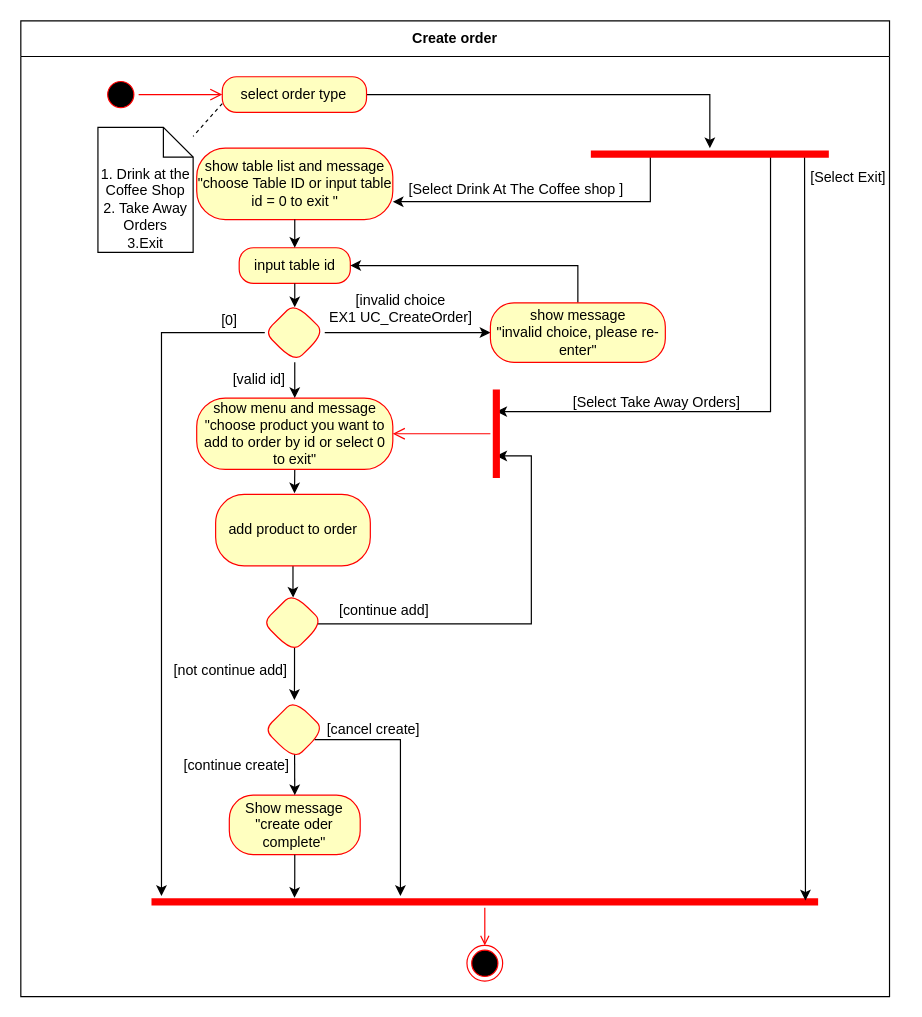
Before: page "Create order" (3 of 11) of Diagram/Activity_Diagram/Activity-diagram.drawio in NDuc-Dev/Project-1, a draw.io diagram. Source tidied: cells renumbered, new cells numbered last; positions are measured from the earlier drawing's top-left corner, leaving out a move shared by most shapes. Both pictures are drawn from the tidied source at 119%, with x=0, y=0 at pixel (20, 20).
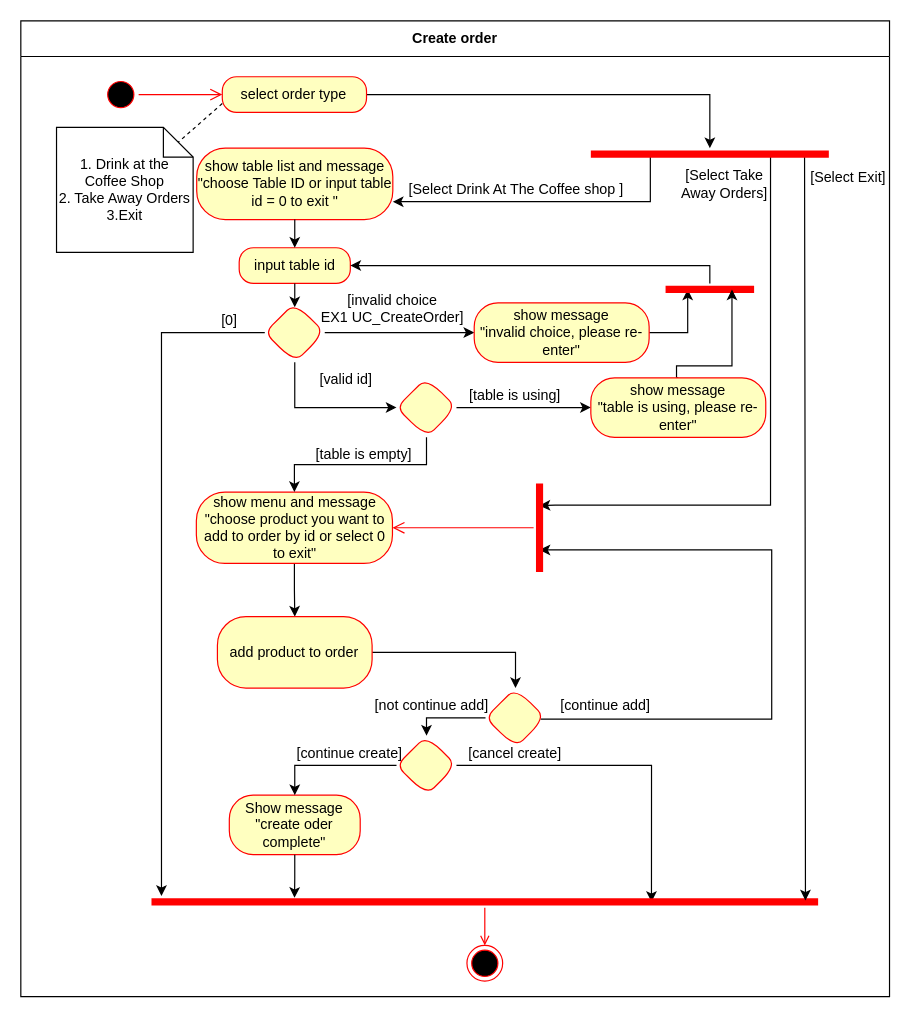
After the change.

Unchanged cells that the change refers to:
```xml
<mxCell id="2" value="Create order" style="swimlane;fontStyle=1;align=center;horizontal=1;startSize=30;html=1;whiteSpace=wrap;swimlaneFillColor=default;" parent="1" vertex="1">
  <mxGeometry width="730" height="820" as="geometry" />
</mxCell>
<mxCell id="12" value="Show message &quot;create oder complete&quot;" style="whiteSpace=wrap;html=1;fillColor=#ffffc0;strokeColor=#ff0000;fontColor=#000000;rounded=1;arcSize=40;" parent="2" vertex="1">
  <mxGeometry x="175.2" y="650.7" width="110" height="50" as="geometry" />
</mxCell>
<mxCell id="18" value="input table id" style="rounded=1;whiteSpace=wrap;html=1;arcSize=40;fontColor=#000000;fillColor=#ffffc0;strokeColor=#ff0000;" parent="2" vertex="1">
  <mxGeometry x="183.5" y="190.7" width="93.4" height="30" as="geometry" />
</mxCell>
<mxCell id="24" style="rhombus;whiteSpace=wrap;html=1;fillColor=#ffffc0;strokeColor=#ff0000;fontColor=#000000;rounded=1;arcSize=40;" parent="2" vertex="1">
  <mxGeometry x="205" y="237" width="50.4" height="50" as="geometry" />
</mxCell>
<mxCell id="31" style="shape=line;html=1;strokeWidth=6;strokeColor=#ff0000;fillColor=#FF3333;rotation=0;" parent="2" vertex="1">
  <mxGeometry x="109.8" y="735.4" width="560.2" height="10" as="geometry" />
</mxCell>
<mxCell id="35" value="select order type" style="rounded=1;whiteSpace=wrap;html=1;arcSize=40;fontColor=#000000;fillColor=#ffffc0;strokeColor=#ff0000;" parent="2" vertex="1">
  <mxGeometry x="169.3" y="47" width="121.2" height="30" as="geometry" />
</mxCell>
<mxCell id="41" style="shape=line;html=1;strokeWidth=6;strokeColor=#ff0000;" parent="2" vertex="1">
  <mxGeometry x="479" y="107" width="200" height="10" as="geometry" />
</mxCell>
```

The edit, as a diff of the source:
```diff
@@
-    <mxCell id="3" style="edgeStyle=orthogonalEdgeStyle;rounded=0;jettySize=auto;html=1;exitX=0.5;exitY=1;exitDx=0;exitDy=0;" parent="2" edge="1" source="4">
-      <mxGeometry relative="1" as="geometry">
-        <mxPoint x="230" y="397" as="targetPoint" />
-      </mxGeometry>
+    <mxCell id="3" style="edgeStyle=orthogonalEdgeStyle;rounded=0;jettySize=auto;html=1;exitX=0.5;exitY=1;exitDx=0;exitDy=0;entryX=0.5;entryY=0;entryDx=0;entryDy=0;" parent="2" edge="1" source="4" target="6">
+      <mxGeometry relative="1" as="geometry" />
     </mxCell>
     <mxCell id="4" value="show menu and message &quot;choose product you want to add to order by id or select 0 to exit&quot;" style="rounded=1;whiteSpace=wrap;html=1;arcSize=40;fontColor=#000000;fillColor=#ffffc0;strokeColor=#ff0000;" parent="2" vertex="1">
-      <mxGeometry x="147.8" y="317" width="164.8" height="60" as="geometry" />
+      <mxGeometry x="147.5" y="396" width="164.8" height="60" as="geometry" />
     </mxCell>
-    <mxCell id="5" style="edgeStyle=orthogonalEdgeStyle;rounded=0;jettySize=auto;html=1;entryX=0.503;entryY=0.079;entryDx=0;entryDy=0;entryPerimeter=0;strokeColor=#000000;endArrow=classic;endFill=1;" parent="2" edge="1" source="6" target="9">
+    <mxCell id="5" style="edgeStyle=orthogonalEdgeStyle;rounded=0;jettySize=auto;html=1;exitX=1;exitY=0.5;exitDx=0;exitDy=0;entryX=0.5;entryY=0;entryDx=0;entryDy=0;" parent="2" edge="1" source="6" target="9">
       <mxGeometry relative="1" as="geometry" />
     </mxCell>
     <mxCell id="6" value="add product to order" style="whiteSpace=wrap;html=1;fillColor=#ffffc0;strokeColor=#ff0000;fontColor=#000000;rounded=1;arcSize=40;" parent="2" vertex="1">
-      <mxGeometry x="163.7" y="398" width="130" height="60" as="geometry" />
+      <mxGeometry x="165.2" y="500.7" width="130" height="60" as="geometry" />
     </mxCell>
-    <mxCell id="7" style="edgeStyle=orthogonalEdgeStyle;rounded=0;jettySize=auto;html=1;entryX=0.5;entryY=0;entryDx=0;entryDy=0;" parent="2" edge="1" target="15">
-      <mxGeometry relative="1" as="geometry">
-        <mxPoint x="230" y="527" as="sourcePoint" />
-        <Array as="points">
-          <mxPoint x="230" y="531" />
-          <mxPoint x="230" y="551" />
-          <mxPoint x="230" y="551" />
-        </Array>
-      </mxGeometry>
-    </mxCell>
     <mxCell id="8" style="edgeStyle=orthogonalEdgeStyle;rounded=0;jettySize=auto;html=1;entryX=0.75;entryY=0.5;entryDx=0;entryDy=0;entryPerimeter=0;exitX=0.917;exitY=0.521;exitDx=0;exitDy=0;exitPerimeter=0;" parent="2" edge="1" source="9" target="43">
       <mxGeometry relative="1" as="geometry">
         <Array as="points">
-          <mxPoint x="429" y="507" />
-          <mxPoint x="429" y="366" />
+          <mxPoint x="631" y="587" />
+          <mxPoint x="631" y="445" />
         </Array>
       </mxGeometry>
     </mxCell>
+    <mxCell id="50" style="edgeStyle=orthogonalEdgeStyle;rounded=0;jettySize=auto;html=1;exitX=0;exitY=0.5;exitDx=0;exitDy=0;entryX=0.5;entryY=0;entryDx=0;entryDy=0;" parent="2" edge="1" source="9" target="15">
+      <mxGeometry relative="1" as="geometry">
+        <Array as="points">
+          <mxPoint x="341" y="586" />
+        </Array>
+      </mxGeometry>
+    </mxCell>
     <mxCell id="9" style="rhombus;whiteSpace=wrap;html=1;fillColor=#ffffc0;strokeColor=#ff0000;fontColor=#000000;rounded=1;arcSize=40;" parent="2" vertex="1">
-      <mxGeometry x="203.5" y="480.7" width="50.4" height="50" as="geometry" />
+      <mxGeometry x="390.5" y="560.7" width="50.4" height="50" as="geometry" />
     </mxCell>
     <mxCell id="10" value="[continue add]" style="text;html=1;align=center;verticalAlign=middle;strokeColor=none;fillColor=none;" parent="2" vertex="1">
-      <mxGeometry x="255.1" y="480.7" width="100" height="30" as="geometry" />
+      <mxGeometry x="441" y="560.7" width="100" height="30" as="geometry" />
     </mxCell>
     <mxCell id="11" value="[not continue add]" style="text;html=1;align=center;verticalAlign=middle;strokeColor=none;fillColor=none;" parent="2" vertex="1">
-      <mxGeometry x="115.9" y="530.7" width="120" height="30" as="geometry" />
+      <mxGeometry x="284.9" y="560.7" width="120" height="30" as="geometry" />
     </mxCell>
@@
-    <mxCell id="13" style="edgeStyle=orthogonalEdgeStyle;rounded=0;jettySize=auto;html=1;entryX=0.5;entryY=0;entryDx=0;entryDy=0;exitX=0.503;exitY=0.904;exitDx=0;exitDy=0;exitPerimeter=0;" parent="2" edge="1" source="15" target="12">
+    <mxCell id="13" style="edgeStyle=orthogonalEdgeStyle;rounded=0;jettySize=auto;html=1;entryX=0.5;entryY=0;entryDx=0;entryDy=0;exitX=0;exitY=0.5;exitDx=0;exitDy=0;" parent="2" edge="1" source="15" target="12">
       <mxGeometry relative="1" as="geometry" />
     </mxCell>
-    <mxCell id="14" style="edgeStyle=orthogonalEdgeStyle;rounded=0;jettySize=auto;html=1;" parent="2" edge="1" source="15" target="31">
+    <mxCell id="14" style="edgeStyle=orthogonalEdgeStyle;rounded=0;jettySize=auto;html=1;exitX=1;exitY=0.5;exitDx=0;exitDy=0;entryX=0.75;entryY=0.5;entryDx=0;entryDy=0;entryPerimeter=0;" parent="2" edge="1" source="15" target="31">
       <mxGeometry relative="1" as="geometry">
         <Array as="points">
-          <mxPoint x="319" y="604" />
+          <mxPoint x="530" y="626" />
         </Array>
       </mxGeometry>
     </mxCell>
     <mxCell id="15" style="rhombus;whiteSpace=wrap;html=1;fillColor=#ffffc0;strokeColor=#ff0000;fontColor=#000000;rounded=1;arcSize=40;" parent="2" vertex="1">
-      <mxGeometry x="204.7" y="570.7" width="50.4" height="50" as="geometry" />
+      <mxGeometry x="315.7" y="600.7" width="50.4" height="50" as="geometry" />
     </mxCell>
     <mxCell id="16" value="[cancel create]" style="text;html=1;align=center;verticalAlign=middle;strokeColor=none;fillColor=none;" parent="2" vertex="1">
-      <mxGeometry x="245.9" y="580.7" width="100" height="30" as="geometry" />
+      <mxGeometry x="365" y="600.7" width="100" height="30" as="geometry" />
     </mxCell>
@@
-    <mxCell id="21" style="edgeStyle=orthogonalEdgeStyle;rounded=0;jettySize=auto;html=1;entryX=0.5;entryY=0;entryDx=0;entryDy=0;" parent="2" edge="1" source="24" target="4">
-      <mxGeometry relative="1" as="geometry" />
-    </mxCell>
@@
+    <mxCell id="51" style="edgeStyle=orthogonalEdgeStyle;rounded=0;jettySize=auto;html=1;exitX=0.5;exitY=1;exitDx=0;exitDy=0;entryX=0;entryY=0.5;entryDx=0;entryDy=0;" parent="2" edge="1" source="24" target="57">
+      <mxGeometry relative="1" as="geometry" />
+    </mxCell>
@@
     <mxCell id="25" value="[invalid choice &lt;br&gt;EX1 UC_CreateOrder]" style="text;html=1;strokeColor=none;fillColor=none;align=center;verticalAlign=middle;whiteSpace=wrap;rounded=0;" parent="2" vertex="1">
-      <mxGeometry x="245.2" y="237" width="149.4" height="10" as="geometry" />
+      <mxGeometry x="238.2" y="237" width="149.4" height="10" as="geometry" />
     </mxCell>
-    <mxCell id="26" style="edgeStyle=orthogonalEdgeStyle;rounded=0;jettySize=auto;html=1;entryX=1;entryY=0.5;entryDx=0;entryDy=0;" parent="2" edge="1" source="27" target="18">
-      <mxGeometry relative="1" as="geometry">
-        <Array as="points">
-          <mxPoint x="468.2" y="205.7" />
-        </Array>
-      </mxGeometry>
-    </mxCell>
+    <mxCell id="52" style="edgeStyle=orthogonalEdgeStyle;rounded=0;jettySize=auto;html=1;entryX=0.75;entryY=0.5;entryDx=0;entryDy=0;entryPerimeter=0;" parent="2" edge="1" source="27" target="54">
+      <mxGeometry relative="1" as="geometry" />
+    </mxCell>
     <mxCell id="27" value="show message&lt;br&gt;&quot;invalid choice, please re-enter&quot;" style="rounded=1;whiteSpace=wrap;html=1;arcSize=40;fontColor=#000000;fillColor=#ffffc0;strokeColor=#ff0000;" parent="2" vertex="1">
-      <mxGeometry x="394.6" y="237" width="147" height="50" as="geometry" />
+      <mxGeometry x="381" y="237" width="147" height="50" as="geometry" />
     </mxCell>
     <mxCell id="28" value="[valid id]" style="text;html=1;align=center;verticalAlign=middle;strokeColor=none;fillColor=none;" parent="2" vertex="1">
-      <mxGeometry x="165.2" y="287" width="70" height="30" as="geometry" />
+      <mxGeometry x="238.2" y="287" width="70" height="30" as="geometry" />
     </mxCell>
     <mxCell id="29" value="[continue create]" style="text;html=1;align=center;verticalAlign=middle;strokeColor=none;fillColor=none;" parent="2" vertex="1">
-      <mxGeometry x="125.9" y="610.7" width="110" height="30" as="geometry" />
+      <mxGeometry x="221" y="600.7" width="110" height="30" as="geometry" />
     </mxCell>
@@
     <mxCell id="40" style="edgeStyle=orthogonalEdgeStyle;rounded=0;jettySize=auto;html=1;entryX=0.25;entryY=0.5;entryDx=0;entryDy=0;entryPerimeter=0;exitX=0.75;exitY=0.5;exitDx=0;exitDy=0;exitPerimeter=0;" parent="2" edge="1" source="41" target="43">
       <mxGeometry relative="1" as="geometry">
         <Array as="points">
           <mxPoint x="630" y="112" />
-          <mxPoint x="630" y="328" />
+          <mxPoint x="630" y="407" />
+          <mxPoint x="449" y="407" />
         </Array>
       </mxGeometry>
     </mxCell>
@@
     <mxCell id="43" style="shape=line;html=1;strokeWidth=6;strokeColor=#ff0000;direction=south;" parent="2" vertex="1">
-      <mxGeometry x="394.6" y="309.8" width="10" height="74.4" as="geometry" />
+      <mxGeometry x="430.9" y="388.8" width="10" height="74.4" as="geometry" />
     </mxCell>
@@
-    <mxCell id="45" value="[Select&amp;nbsp;&lt;span style=&quot;&quot;&gt;Take Away Orders&lt;/span&gt;]" style="text;html=1;align=center;verticalAlign=middle;strokeColor=none;fillColor=none;" parent="2" vertex="1">
-      <mxGeometry x="454" y="306" width="160" height="30" as="geometry" />
+    <mxCell id="45" value="[Select&amp;nbsp;&lt;span style=&quot;&quot;&gt;Take &lt;br&gt;Away Orders&lt;/span&gt;]" style="text;html=1;align=center;verticalAlign=middle;strokeColor=none;fillColor=none;" parent="2" vertex="1">
+      <mxGeometry x="541" y="117" width="100" height="40" as="geometry" />
     </mxCell>
@@
-    <mxCell id="47" value="1. Drink at the Coffee Shop&lt;br style=&quot;border-color: var(--border-color);&quot;&gt;2. Take Away Orders&lt;br style=&quot;border-color: var(--border-color);&quot;&gt;3.Exit" style="shape=note2;boundedLbl=1;whiteSpace=wrap;html=1;size=25;verticalAlign=top;align=center;" parent="2" vertex="1">
-      <mxGeometry x="64.8" y="89.5" width="80" height="105" as="geometry" />
+    <mxCell id="47" value="1. Drink at the Coffee Shop&lt;br style=&quot;border-color: var(--border-color);&quot;&gt;2. Take Away Orders&lt;br style=&quot;border-color: var(--border-color);&quot;&gt;3.Exit" style="shape=note2;boundedLbl=1;whiteSpace=wrap;html=1;size=25;verticalAlign=middle;align=center;" parent="2" vertex="1">
+      <mxGeometry x="30" y="89.5" width="114.8" height="105" as="geometry" />
     </mxCell>
-    <mxCell id="48" style="rounded=0;jettySize=auto;html=1;startArrow=none;startFill=0;endArrow=none;endFill=0;exitX=0;exitY=0.75;exitDx=0;exitDy=0;dashed=1;" parent="2" edge="1" source="35" target="47">
+    <mxCell id="48" style="rounded=0;jettySize=auto;html=1;startArrow=none;startFill=0;endArrow=none;endFill=0;exitX=0;exitY=0.75;exitDx=0;exitDy=0;dashed=1;entryX=0;entryY=0;entryDx=102.3;entryDy=12.5;entryPerimeter=0;" parent="2" edge="1" source="35" target="47">
       <mxGeometry relative="1" as="geometry" />
     </mxCell>
@@
+    <mxCell id="53" style="edgeStyle=orthogonalEdgeStyle;rounded=0;jettySize=auto;html=1;entryX=1;entryY=0.5;entryDx=0;entryDy=0;" parent="2" edge="1" source="54" target="18">
+      <mxGeometry relative="1" as="geometry">
+        <Array as="points">
+          <mxPoint x="579" y="206" />
+        </Array>
+      </mxGeometry>
+    </mxCell>
+    <mxCell id="54" style="shape=line;html=1;strokeWidth=6;strokeColor=#ff0000;direction=west;" parent="2" vertex="1">
+      <mxGeometry x="541.8" y="220.7" width="74.4" height="10" as="geometry" />
+    </mxCell>
+    <mxCell id="55" style="edgeStyle=orthogonalEdgeStyle;rounded=0;jettySize=auto;html=1;exitX=0.5;exitY=1;exitDx=0;exitDy=0;entryX=0.5;entryY=0;entryDx=0;entryDy=0;" parent="2" edge="1" source="57" target="4">
+      <mxGeometry relative="1" as="geometry" />
+    </mxCell>
+    <mxCell id="56" style="edgeStyle=orthogonalEdgeStyle;rounded=0;jettySize=auto;html=1;exitX=1;exitY=0.5;exitDx=0;exitDy=0;entryX=0;entryY=0.5;entryDx=0;entryDy=0;" parent="2" edge="1" source="57" target="60">
+      <mxGeometry relative="1" as="geometry" />
+    </mxCell>
+    <mxCell id="57" style="rhombus;whiteSpace=wrap;html=1;fillColor=#ffffc0;strokeColor=#ff0000;fontColor=#000000;rounded=1;arcSize=40;" parent="2" vertex="1">
+      <mxGeometry x="315.7" y="300" width="50.4" height="50" as="geometry" />
+    </mxCell>
+    <mxCell id="58" value="[table is empty]" style="text;html=1;align=center;verticalAlign=middle;strokeColor=none;fillColor=none;" parent="2" vertex="1">
+      <mxGeometry x="238.2" y="350" width="100" height="30" as="geometry" />
+    </mxCell>
+    <mxCell id="59" style="edgeStyle=orthogonalEdgeStyle;rounded=0;jettySize=auto;html=1;exitX=0.5;exitY=0;exitDx=0;exitDy=0;entryX=0.25;entryY=0.5;entryDx=0;entryDy=0;entryPerimeter=0;" parent="2" edge="1" source="60" target="54">
+      <mxGeometry relative="1" as="geometry">
+        <Array as="points">
+          <mxPoint x="551" y="300" />
+          <mxPoint x="551" y="290" />
+          <mxPoint x="598" y="290" />
+        </Array>
+      </mxGeometry>
+    </mxCell>
+    <mxCell id="60" value="show message&lt;br&gt;&quot;table is using, please re-enter&quot;" style="rounded=1;whiteSpace=wrap;html=1;arcSize=40;fontColor=#000000;fillColor=#ffffc0;strokeColor=#ff0000;" parent="2" vertex="1">
+      <mxGeometry x="479" y="300" width="147" height="50" as="geometry" />
+    </mxCell>
+    <mxCell id="61" value="[table is using]" style="text;html=1;align=center;verticalAlign=middle;strokeColor=none;fillColor=none;" parent="2" vertex="1">
+      <mxGeometry x="365" y="300" width="100" height="30" as="geometry" />
+    </mxCell>
```
